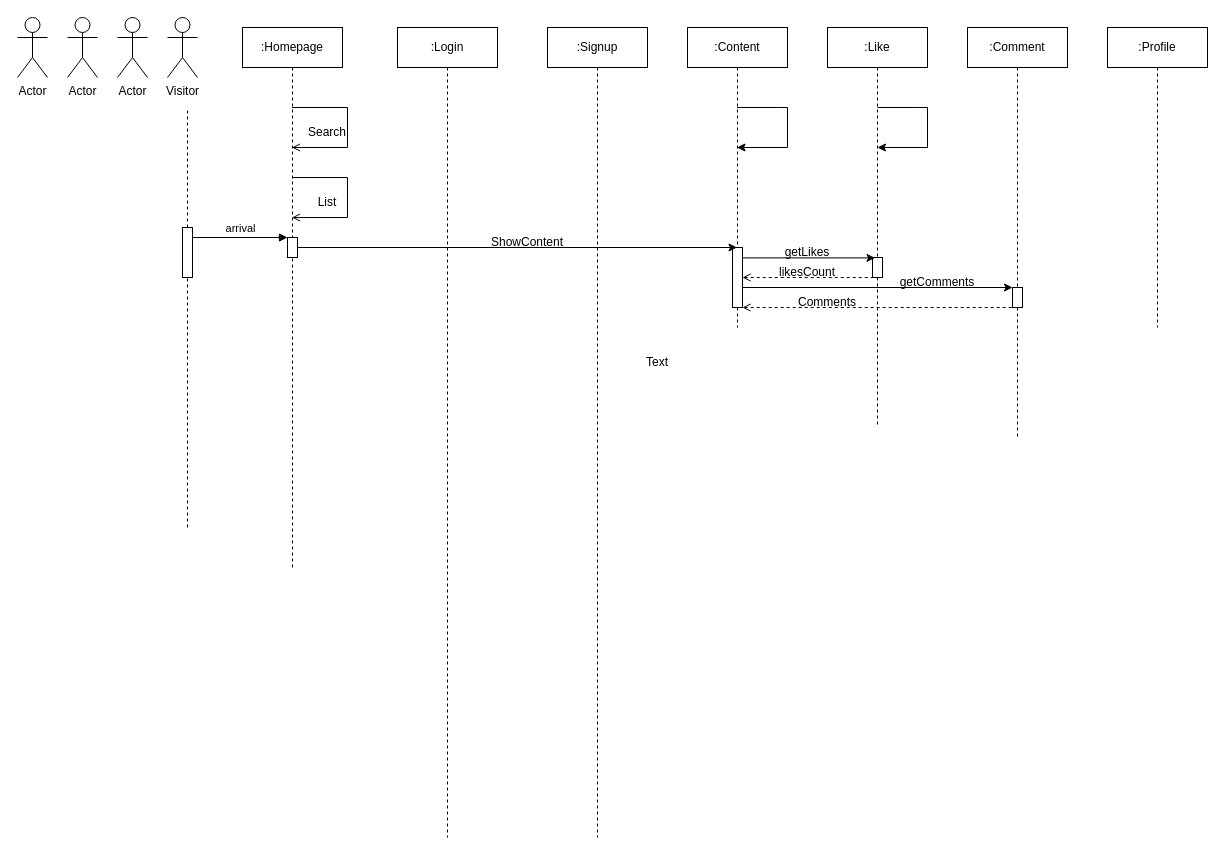
Above: Software Requirements Specification/sequence diagram.drawio in gitsametcan/Blogosphere (draw.io), before the change. Source tidied: cells renumbered, new cells numbered last; positions are measured from the earlier drawing's top-left corner, leaving out a move shared by most shapes. Both pictures are drawn from the tidied source at 100%, with x=0, y=0 at pixel (17, 17).
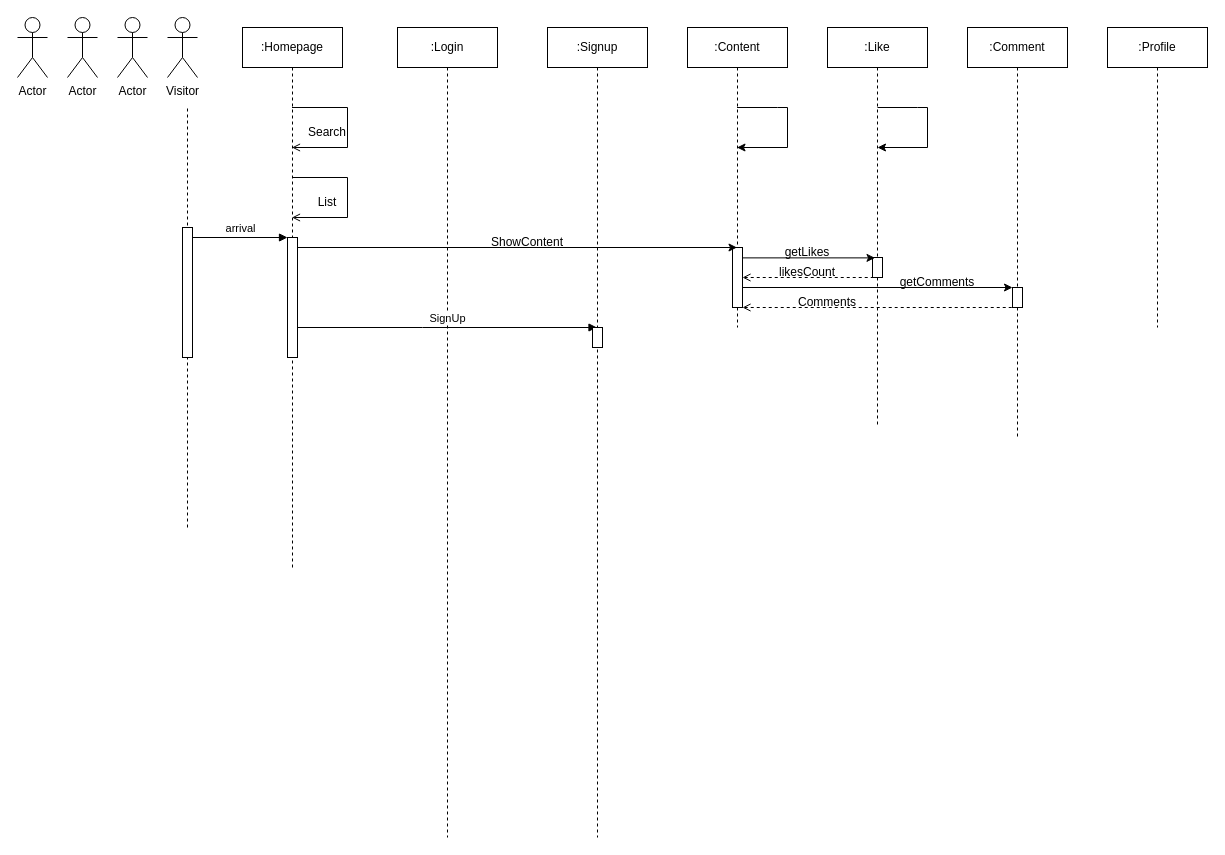
Above is the later version.

Commit message:
added SignUp to Visitor

Unchanged cells that the change refers to:
```xml
<mxCell id="3" value=":Content" style="shape=umlLifeline;perimeter=lifelinePerimeter;whiteSpace=wrap;html=1;outlineConnect=0;portConstraint=eastwest;newEdgeStyle={&quot;edgeStyle&quot;:&quot;elbowEdgeStyle&quot;,&quot;elbow&quot;:&quot;vertical&quot;,&quot;curved&quot;:0,&quot;rounded&quot;:0};" parent="1" vertex="1">
  <mxGeometry x="670" y="10" width="100" height="300" as="geometry" />
</mxCell>
<mxCell id="14" value=":Signup" style="shape=umlLifeline;perimeter=lifelinePerimeter;whiteSpace=wrap;html=1;outlineConnect=0;portConstraint=eastwest;newEdgeStyle={&quot;edgeStyle&quot;:&quot;elbowEdgeStyle&quot;,&quot;elbow&quot;:&quot;vertical&quot;,&quot;curved&quot;:0,&quot;rounded&quot;:0};" parent="1" vertex="1">
  <mxGeometry x="530" y="10" width="100" height="810" as="geometry" />
</mxCell>
```

Change to the diagram source:
```diff
@@
     <mxCell id="20" style="html=1;points=[];perimeter=orthogonalPerimeter;outlineConnect=0;targetShapes=umlLifeline;portConstraint=eastwest;newEdgeStyle={&quot;edgeStyle&quot;:&quot;elbowEdgeStyle&quot;,&quot;elbow&quot;:&quot;vertical&quot;,&quot;curved&quot;:0,&quot;rounded&quot;:0};" parent="1" vertex="1">
-      <mxGeometry x="270" y="220" width="10" height="20" as="geometry" />
+      <mxGeometry x="270" y="220" width="10" height="120" as="geometry" />
     </mxCell>
@@
-    <mxCell id="22" style="endArrow=none;dashed=1;html=1;rounded=0;" parent="1" edge="1">
+    <mxCell id="22" style="endArrow=none;dashed=1;html=1;rounded=0;startArrow=none;" parent="1" edge="1">
       <mxGeometry relative="1" as="geometry">
-        <mxPoint x="170" y="510" as="sourcePoint" />
+        <mxPoint x="170" y="310" as="sourcePoint" />
         <mxPoint x="170" y="90" as="targetPoint" />
       </mxGeometry>
     </mxCell>
     <mxCell id="23" style="html=1;points=[];perimeter=orthogonalPerimeter;outlineConnect=0;targetShapes=umlLifeline;portConstraint=eastwest;newEdgeStyle={&quot;edgeStyle&quot;:&quot;elbowEdgeStyle&quot;,&quot;elbow&quot;:&quot;vertical&quot;,&quot;curved&quot;:0,&quot;rounded&quot;:0};" parent="1" vertex="1">
-      <mxGeometry x="165" y="210" width="10" height="50" as="geometry" />
+      <mxGeometry x="165" y="210" width="10" height="130" as="geometry" />
     </mxCell>
-    <mxCell id="24" style="endArrow=classic;html=1;rounded=0;" parent="1" edge="1" source="20" target="3">
-      <mxGeometry relative="1" as="geometry" />
+    <mxCell id="24" style="endArrow=classic;html=1;rounded=0;" parent="1" edge="1" target="3">
+      <mxGeometry relative="1" as="geometry">
+        <mxPoint x="280" y="230" as="sourcePoint" />
+      </mxGeometry>
     </mxCell>
-    <mxCell id="25" style="endArrow=none;dashed=1;html=1;rounded=0;" parent="1" edge="1">
+    <mxCell id="25" style="endArrow=none;dashed=1;html=1;rounded=0;" parent="1" edge="1" target="20">
       <mxGeometry relative="1" as="geometry">
         <mxPoint x="275" y="550" as="sourcePoint" />
-        <mxPoint x="275" y="240" as="targetPoint" />
       </mxGeometry>
     </mxCell>
@@
-    <mxCell id="36" value="Text" style="text;html=1;strokeColor=none;fillColor=none;align=center;verticalAlign=middle;whiteSpace=wrap;rounded=0;" parent="1" vertex="1">
-      <mxGeometry x="610" y="330" width="60" height="30" as="geometry" />
-    </mxCell>
@@
+    <mxCell id="39" style="endArrow=none;dashed=1;html=1;rounded=0;" parent="1" edge="1">
+      <mxGeometry relative="1" as="geometry">
+        <mxPoint x="170" y="510" as="sourcePoint" />
+        <mxPoint x="170" y="340" as="targetPoint" />
+      </mxGeometry>
+    </mxCell>
+    <mxCell id="40" value="SignUp" style="html=1;verticalAlign=bottom;startArrow=none;endArrow=block;startSize=8;edgeStyle=elbowEdgeStyle;elbow=vertical;curved=0;rounded=0;startFill=0;" parent="1" edge="1" target="14">
+      <mxGeometry relative="1" as="geometry">
+        <mxPoint x="280" y="310" as="sourcePoint" />
+      </mxGeometry>
+    </mxCell>
+    <mxCell id="41" style="html=1;perimeter=orthogonalPerimeter;targetShapes=umlLifeline;newEdgeStyle={&quot;edgeStyle&quot;:&quot;elbowEdgeStyle&quot;,&quot;elbow&quot;:&quot;vertical&quot;,&quot;curved&quot;:0,&quot;rounded&quot;:0};" parent="1" vertex="1">
+      <mxGeometry x="575" y="310" width="10" height="20" as="geometry" />
+    </mxCell>
```
